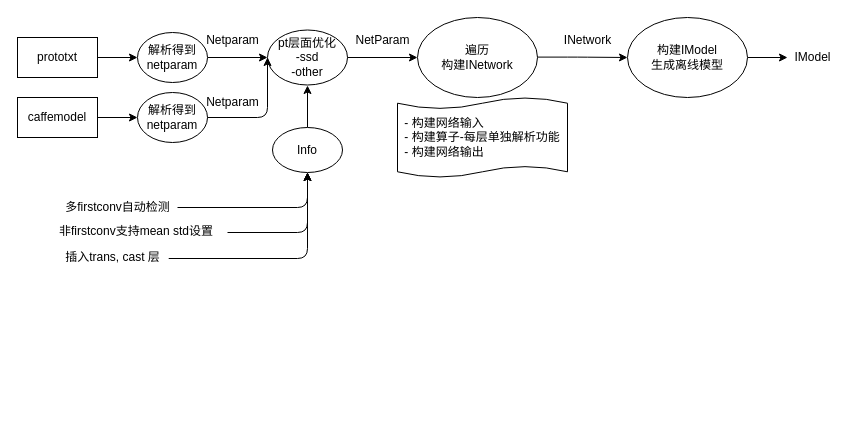
Before: Untitled Diagram.drawio in AwesomePH/notes, a draw.io diagram. Source tidied: cells renumbered, new cells numbered last; positions are measured from the earlier drawing's top-left corner, leaving out a move shared by most shapes. Both pictures are drawn from the tidied source at 100%, with x=0, y=0 at pixel (17, 17).
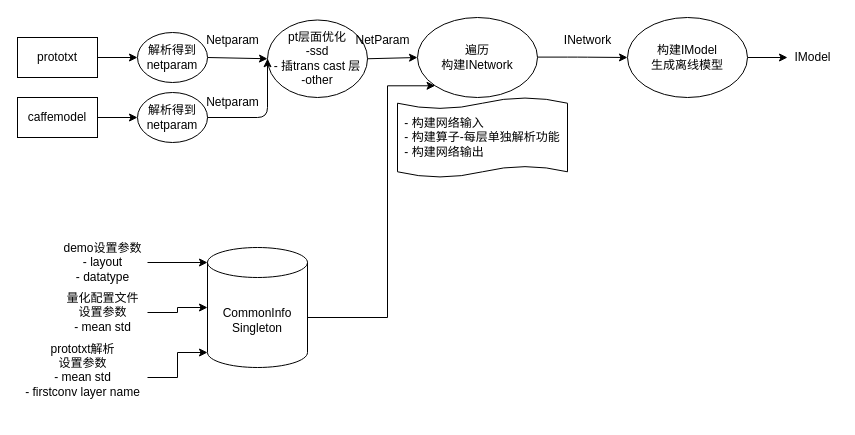
After the change.

The change refers to these unchanged cells:
```xml
<mxCell id="12" value="遍历&lt;br&gt;构建INetwork" style="ellipse;whiteSpace=wrap;html=1;" parent="1" vertex="1">
  <mxGeometry x="400" width="120" height="80" as="geometry" />
</mxCell>
```

What changed in the source:
```diff
@@
-    <mxCell id="5" value="pt层面优化&lt;br&gt;-ssd&lt;br&gt;-other" style="ellipse;whiteSpace=wrap;html=1;" parent="1" vertex="1">
-      <mxGeometry x="250" y="12.5" width="80" height="55" as="geometry" />
+    <mxCell id="5" value="pt层面优化&lt;br&gt;&lt;div&gt;-ssd&lt;/div&gt;&lt;div&gt;- 插trans cast 层&lt;br&gt;&lt;/div&gt;-other" style="ellipse;whiteSpace=wrap;html=1;" parent="1" vertex="1">
+      <mxGeometry x="250" y="2.5" width="100" height="77.5" as="geometry" />
     </mxCell>
@@
-    <mxCell id="22" value="&lt;div&gt;多firstconv自动检测&lt;/div&gt;" style="text;html=1;align=center;verticalAlign=middle;points=[];" parent="1" vertex="1">
-      <mxGeometry x="40" y="180" width="120" height="20" as="geometry" />
-    </mxCell>
-    <mxCell id="23" value="非firstconv支持mean std设置" style="text;whiteSpace=wrap;html=1;" parent="1" vertex="1">
-      <mxGeometry x="40" y="200" width="170" height="30" as="geometry" />
-    </mxCell>
-    <mxCell id="24" style="endArrow=classic;html=1;entryX=0.5;entryY=1;entryDx=0;entryDy=0;" parent="1" edge="1" source="22" target="29">
-      <mxGeometry relative="1" as="geometry">
-        <Array as="points">
-          <mxPoint x="290" y="190" />
-        </Array>
-      </mxGeometry>
-    </mxCell>
-    <mxCell id="25" style="endArrow=classic;html=1;exitX=1;exitY=0.5;exitDx=0;exitDy=0;entryX=0.5;entryY=1;entryDx=0;entryDy=0;" parent="1" edge="1" source="23" target="29">
-      <mxGeometry relative="1" as="geometry">
-        <Array as="points">
-          <mxPoint x="290" y="215" />
-        </Array>
-      </mxGeometry>
-    </mxCell>
-    <mxCell id="26" value="&lt;div&gt;插入trans, cast 层&lt;/div&gt;" style="text;html=1;align=center;verticalAlign=middle;points=[];" parent="1" vertex="1">
-      <mxGeometry x="40" y="230" width="110" height="20" as="geometry" />
-    </mxCell>
-    <mxCell id="27" style="endArrow=classic;html=1;exitX=1.011;exitY=0.55;exitDx=0;exitDy=0;exitPerimeter=0;entryX=0.5;entryY=1;entryDx=0;entryDy=0;" parent="1" edge="1" source="26" target="29">
-      <mxGeometry relative="1" as="geometry">
-        <Array as="points">
-          <mxPoint x="290" y="241" />
-        </Array>
-      </mxGeometry>
-    </mxCell>
-    <mxCell id="28" style="edgeStyle=orthogonalEdgeStyle;rounded=0;jettySize=auto;html=1;" parent="1" edge="1" source="29">
-      <mxGeometry relative="1" as="geometry">
-        <mxPoint x="290" y="68" as="targetPoint" />
-      </mxGeometry>
-    </mxCell>
-    <mxCell id="29" value="&lt;div&gt;Info&lt;/div&gt;" style="ellipse;whiteSpace=wrap;html=1;" parent="1" vertex="1">
-      <mxGeometry x="255" y="110" width="70" height="45" as="geometry" />
-    </mxCell>
+    <mxCell id="30" style="edgeStyle=orthogonalEdgeStyle;rounded=0;jettySize=auto;html=1;entryX=0;entryY=1;entryDx=0;entryDy=0;" parent="1" edge="1" source="31" target="12">
+      <mxGeometry relative="1" as="geometry">
+        <Array as="points">
+          <mxPoint x="370" y="300" />
+          <mxPoint x="370" y="68" />
+        </Array>
+      </mxGeometry>
+    </mxCell>
+    <mxCell id="31" value="&lt;div&gt;CommonInfo&lt;/div&gt;&lt;div&gt;Singleton&lt;br&gt;&lt;/div&gt;" style="shape=cylinder3;whiteSpace=wrap;html=1;boundedLbl=1;backgroundOutline=1;size=15;" parent="1" vertex="1">
+      <mxGeometry x="190" y="230" width="100" height="120" as="geometry" />
+    </mxCell>
+    <mxCell id="32" style="endArrow=classic;html=1;entryX=0;entryY=0;entryDx=0;entryDy=15;entryPerimeter=0;" parent="1" edge="1" source="33" target="31">
+      <mxGeometry relative="1" as="geometry" />
+    </mxCell>
+    <mxCell id="33" value="&lt;div&gt;demo设置参数&lt;/div&gt;&lt;div&gt;- layout&lt;/div&gt;&lt;div&gt;- datatype&lt;br&gt;&lt;/div&gt;" style="text;html=1;align=center;verticalAlign=middle;points=[];" parent="1" vertex="1">
+      <mxGeometry x="40" y="220" width="90" height="50" as="geometry" />
+    </mxCell>
+    <mxCell id="34" style="edgeStyle=orthogonalEdgeStyle;rounded=0;jettySize=auto;html=1;" parent="1" edge="1" source="35" target="31">
+      <mxGeometry relative="1" as="geometry" />
+    </mxCell>
+    <mxCell id="35" value="&lt;div&gt;量化配置文件&lt;/div&gt;&lt;div&gt;设置参数&lt;/div&gt;&lt;div&gt;- mean std&lt;br&gt;&lt;/div&gt;" style="text;html=1;align=center;verticalAlign=middle;points=[];" parent="1" vertex="1">
+      <mxGeometry x="40" y="270" width="90" height="50" as="geometry" />
+    </mxCell>
+    <mxCell id="36" style="edgeStyle=orthogonalEdgeStyle;rounded=0;jettySize=auto;html=1;entryX=0;entryY=1;entryDx=0;entryDy=-15;entryPerimeter=0;" parent="1" edge="1" source="37" target="31">
+      <mxGeometry relative="1" as="geometry" />
+    </mxCell>
+    <mxCell id="37" value="&lt;div&gt;prototxt解析&lt;/div&gt;&lt;div&gt;设置参数&lt;/div&gt;&lt;div&gt;- mean std&lt;/div&gt;&lt;div&gt;- firstconv layer name&lt;/div&gt;&lt;div&gt;&lt;br&gt;&lt;/div&gt;" style="text;html=1;align=center;verticalAlign=middle;points=[];" parent="1" vertex="1">
+      <mxGeometry y="320" width="130" height="80" as="geometry" />
+    </mxCell>
```
